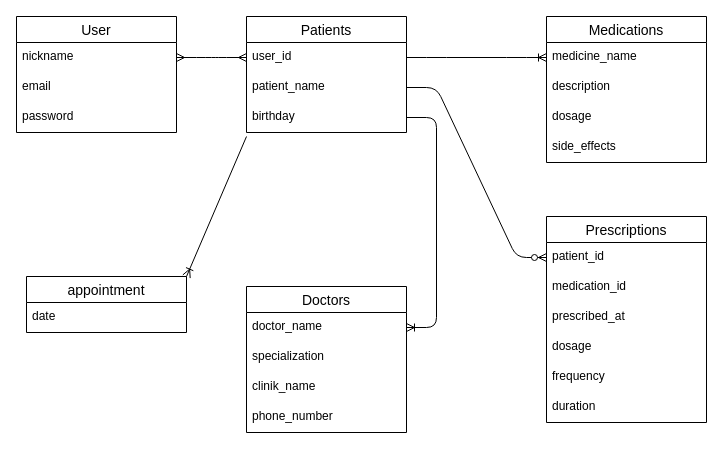
Before: データベース.dio in Mshu72/medicine_note, a draw.io diagram. Source tidied: cells renumbered, new cells numbered last; positions are measured from the earlier drawing's top-left corner, leaving out a move shared by most shapes. Both pictures are drawn from the tidied source at 100%, with x=0, y=0 at pixel (16, 16).
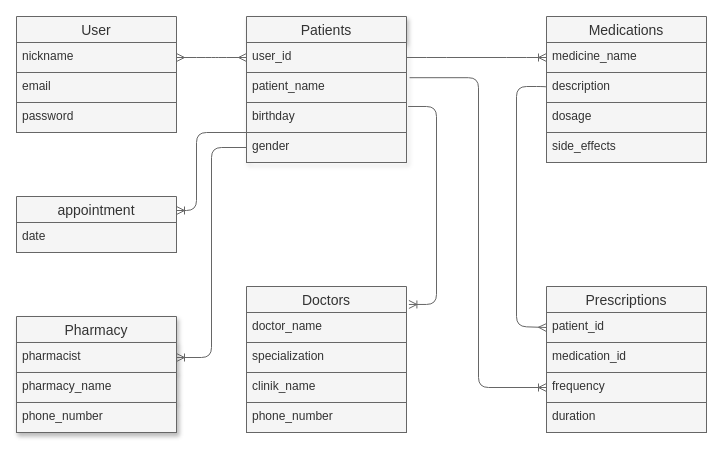
The same page after the edit.

The edit, as a diff of the source:
```diff
@@
-<mxGraphModel>
+<mxGraphModel background="#FFFFFF">
@@
-    <mxCell id="2" value="User" style="swimlane;fontStyle=0;horizontal=1;startSize=26;align=center;fontSize=14;" parent="1" vertex="1">
+    <mxCell id="2" value="User" style="swimlane;fontStyle=0;horizontal=1;startSize=26;align=center;fontSize=14;fontColor=#333333;labelBackgroundColor=none;strokeColor=#666666;fillColor=#f5f5f5;" parent="1" vertex="1">
       <mxGeometry width="160" height="116" as="geometry" />
     </mxCell>
-    <mxCell id="3" value="nickname" style="text;strokeColor=none;fillColor=none;spacingLeft=4;spacingRight=4;overflow=hidden;points=[[0,0.5],[1,0.5]];portConstraint=eastwest;fontSize=12;" parent="2" vertex="1">
+    <mxCell id="3" value="nickname" style="text;strokeColor=#666666;fillColor=#f5f5f5;spacingLeft=4;spacingRight=4;overflow=hidden;points=[[0,0.5],[1,0.5]];portConstraint=eastwest;fontSize=12;fontColor=#333333;labelBackgroundColor=none;" parent="2" vertex="1">
       <mxGeometry y="26" width="160" height="30" as="geometry" />
     </mxCell>
-    <mxCell id="4" value="email" style="text;strokeColor=none;fillColor=none;spacingLeft=4;spacingRight=4;overflow=hidden;fontSize=12;" parent="2" vertex="1">
+    <mxCell id="4" value="email" style="text;strokeColor=#666666;fillColor=#f5f5f5;spacingLeft=4;spacingRight=4;overflow=hidden;fontSize=12;fontColor=#333333;labelBackgroundColor=none;" parent="2" vertex="1">
       <mxGeometry y="56" width="160" height="30" as="geometry" />
     </mxCell>
-    <mxCell id="5" value="password" style="text;strokeColor=none;fillColor=none;spacingLeft=4;spacingRight=4;overflow=hidden;fontSize=12;" parent="2" vertex="1">
+    <mxCell id="5" value="password" style="text;strokeColor=#666666;fillColor=#f5f5f5;spacingLeft=4;spacingRight=4;overflow=hidden;fontSize=12;fontColor=#333333;labelBackgroundColor=none;" parent="2" vertex="1">
       <mxGeometry y="86" width="160" height="30" as="geometry" />
     </mxCell>
-    <mxCell id="6" value="Prescriptions" style="swimlane;fontStyle=0;horizontal=1;startSize=26;align=center;fontSize=14;" parent="1" vertex="1">
-      <mxGeometry x="530" y="200" width="160" height="206" as="geometry" />
+    <mxCell id="6" value="Prescriptions" style="swimlane;fontStyle=0;horizontal=1;startSize=26;align=center;fontSize=14;fontColor=#333333;labelBackgroundColor=none;strokeColor=#666666;fillColor=#f5f5f5;" parent="1" vertex="1">
+      <mxGeometry x="530" y="270" width="160" height="146" as="geometry" />
     </mxCell>
-    <mxCell id="7" value="patient_id" style="text;strokeColor=none;fillColor=none;spacingLeft=4;spacingRight=4;overflow=hidden;points=[[0,0.5],[1,0.5]];portConstraint=eastwest;fontSize=12;" parent="6" vertex="1">
+    <mxCell id="7" value="patient_id" style="text;strokeColor=#666666;fillColor=#f5f5f5;spacingLeft=4;spacingRight=4;overflow=hidden;points=[[0,0.5],[1,0.5]];portConstraint=eastwest;fontSize=12;fontColor=#333333;labelBackgroundColor=none;" parent="6" vertex="1">
       <mxGeometry y="26" width="160" height="30" as="geometry" />
     </mxCell>
-    <mxCell id="8" value="medication_id" style="text;strokeColor=none;fillColor=none;spacingLeft=4;spacingRight=4;overflow=hidden;fontSize=12;" parent="6" vertex="1">
+    <mxCell id="8" value="medication_id" style="text;strokeColor=#666666;fillColor=#f5f5f5;spacingLeft=4;spacingRight=4;overflow=hidden;fontSize=12;fontColor=#333333;labelBackgroundColor=none;" parent="6" vertex="1">
       <mxGeometry y="56" width="160" height="30" as="geometry" />
     </mxCell>
-    <mxCell id="9" value="prescribed_at" style="text;strokeColor=none;fillColor=none;spacingLeft=4;spacingRight=4;overflow=hidden;fontSize=12;" parent="6" vertex="1">
-      <mxGeometry y="86" width="160" height="30" as="geometry" />
-    </mxCell>
-    <mxCell id="10" value="dosage&#10;&#10;" style="text;strokeColor=none;fillColor=none;spacingLeft=4;spacingRight=4;overflow=hidden;fontSize=12;" parent="6" vertex="1">
-      <mxGeometry y="116" width="160" height="30" as="geometry" />
-    </mxCell>
-    <mxCell id="11" value="frequency" style="text;strokeColor=none;fillColor=none;spacingLeft=4;spacingRight=4;overflow=hidden;points=[[0,0.5],[1,0.5]];portConstraint=eastwest;fontSize=12;" parent="6" vertex="1">
-      <mxGeometry y="146" width="160" height="30" as="geometry" />
+    <mxCell id="11" value="frequency" style="text;strokeColor=#666666;fillColor=#f5f5f5;spacingLeft=4;spacingRight=4;overflow=hidden;points=[[0,0.5],[1,0.5]];portConstraint=eastwest;fontSize=12;fontColor=#333333;labelBackgroundColor=none;" parent="6" vertex="1">
+      <mxGeometry y="86" width="160" height="30" as="geometry" />
     </mxCell>
-    <mxCell id="12" value="duration" style="text;strokeColor=none;fillColor=none;spacingLeft=4;spacingRight=4;overflow=hidden;fontSize=12;" parent="6" vertex="1">
-      <mxGeometry y="176" width="160" height="30" as="geometry" />
+    <mxCell id="12" value="duration" style="text;strokeColor=#666666;fillColor=#f5f5f5;spacingLeft=4;spacingRight=4;overflow=hidden;fontSize=12;fontColor=#333333;labelBackgroundColor=none;" parent="6" vertex="1">
+      <mxGeometry y="116" width="160" height="30" as="geometry" />
     </mxCell>
-    <mxCell id="13" value="Patients" style="swimlane;fontStyle=0;horizontal=1;startSize=26;align=center;fontSize=14;" parent="1" vertex="1">
-      <mxGeometry x="230" width="160" height="116" as="geometry" />
+    <mxCell id="13" value="Patients" style="swimlane;fontStyle=0;horizontal=1;startSize=26;align=center;fontSize=14;rounded=0;glass=0;shadow=1;fontColor=#333333;labelBackgroundColor=none;strokeColor=#666666;fillColor=#f5f5f5;" parent="1" vertex="1">
+      <mxGeometry x="230" width="160" height="146" as="geometry" />
     </mxCell>
-    <mxCell id="14" value="user_id" style="text;strokeColor=none;fillColor=none;spacingLeft=4;spacingRight=4;overflow=hidden;points=[[0,0.5],[1,0.5]];portConstraint=eastwest;fontSize=12;" parent="13" vertex="1">
+    <mxCell id="14" value="user_id" style="text;strokeColor=#666666;fillColor=#f5f5f5;spacingLeft=4;spacingRight=4;overflow=hidden;points=[[0,0.5],[1,0.5]];portConstraint=eastwest;fontSize=12;labelBackgroundColor=none;fontColor=#333333;" parent="13" vertex="1">
       <mxGeometry y="26" width="160" height="30" as="geometry" />
     </mxCell>
-    <mxCell id="15" value="patient_name" style="text;strokeColor=none;fillColor=none;spacingLeft=4;spacingRight=4;overflow=hidden;points=[[0,0.5],[1,0.5]];portConstraint=eastwest;fontSize=12;" parent="13" vertex="1">
+    <mxCell id="15" value="patient_name" style="text;strokeColor=#666666;fillColor=#f5f5f5;spacingLeft=4;spacingRight=4;overflow=hidden;points=[[0,0.5],[1,0.5]];portConstraint=eastwest;fontSize=12;fontColor=#333333;labelBackgroundColor=none;" parent="13" vertex="1">
       <mxGeometry y="56" width="160" height="30" as="geometry" />
     </mxCell>
-    <mxCell id="16" value="birthday" style="text;strokeColor=none;fillColor=none;spacingLeft=4;spacingRight=4;overflow=hidden;points=[[0,0.5],[1,0.5]];portConstraint=eastwest;fontSize=12;" parent="13" vertex="1">
+    <mxCell id="16" value="birthday" style="text;strokeColor=#666666;fillColor=#f5f5f5;spacingLeft=4;spacingRight=4;overflow=hidden;points=[[0,0.5],[1,0.5]];portConstraint=eastwest;fontSize=12;fontColor=#333333;labelBackgroundColor=none;" parent="13" vertex="1">
       <mxGeometry y="86" width="160" height="30" as="geometry" />
     </mxCell>
+    <mxCell id="34" value="gender" style="text;strokeColor=#666666;fillColor=#f5f5f5;spacingLeft=4;spacingRight=4;overflow=hidden;points=[[0,0.5],[1,0.5]];portConstraint=eastwest;fontSize=12;fontColor=#333333;labelBackgroundColor=none;" parent="13" vertex="1">
+      <mxGeometry y="116" width="160" height="30" as="geometry" />
+    </mxCell>
-    <mxCell id="17" value="Medications" style="swimlane;fontStyle=0;horizontal=1;startSize=26;align=center;fontSize=14;" parent="1" vertex="1">
+    <mxCell id="17" value="Medications" style="swimlane;fontStyle=0;horizontal=1;startSize=26;align=center;fontSize=14;fontColor=#333333;labelBackgroundColor=none;strokeColor=#666666;fillColor=#f5f5f5;" parent="1" vertex="1">
       <mxGeometry x="530" width="160" height="146" as="geometry" />
     </mxCell>
-    <mxCell id="18" value="medicine_name" style="text;strokeColor=none;fillColor=none;spacingLeft=4;spacingRight=4;overflow=hidden;points=[[0,0.5],[1,0.5]];portConstraint=eastwest;fontSize=12;" parent="17" vertex="1">
+    <mxCell id="18" value="medicine_name" style="text;strokeColor=#666666;fillColor=#f5f5f5;spacingLeft=4;spacingRight=4;overflow=hidden;points=[[0,0.5],[1,0.5]];portConstraint=eastwest;fontSize=12;fontColor=#333333;labelBackgroundColor=none;" parent="17" vertex="1">
       <mxGeometry y="26" width="160" height="30" as="geometry" />
     </mxCell>
-    <mxCell id="19" value="description" style="text;strokeColor=none;fillColor=none;spacingLeft=4;spacingRight=4;overflow=hidden;points=[[0,0.5],[1,0.5]];portConstraint=eastwest;fontSize=12;" parent="17" vertex="1">
+    <mxCell id="19" value="description" style="text;strokeColor=#666666;fillColor=#f5f5f5;spacingLeft=4;spacingRight=4;overflow=hidden;points=[[0,0.5],[1,0.5]];portConstraint=eastwest;fontSize=12;fontColor=#333333;labelBackgroundColor=none;" parent="17" vertex="1">
       <mxGeometry y="56" width="160" height="30" as="geometry" />
     </mxCell>
-    <mxCell id="20" value="dosage" style="text;strokeColor=none;fillColor=none;spacingLeft=4;spacingRight=4;overflow=hidden;fontSize=12;" parent="17" vertex="1">
+    <mxCell id="20" value="dosage" style="text;strokeColor=#666666;fillColor=#f5f5f5;spacingLeft=4;spacingRight=4;overflow=hidden;fontSize=12;fontColor=#333333;labelBackgroundColor=none;" parent="17" vertex="1">
       <mxGeometry y="86" width="160" height="30" as="geometry" />
     </mxCell>
-    <mxCell id="21" value="side_effects" style="text;strokeColor=none;fillColor=none;spacingLeft=4;spacingRight=4;overflow=hidden;fontSize=12;" parent="17" vertex="1">
+    <mxCell id="21" value="side_effects" style="text;strokeColor=#666666;fillColor=#f5f5f5;spacingLeft=4;spacingRight=4;overflow=hidden;fontSize=12;fontColor=#333333;labelBackgroundColor=none;" parent="17" vertex="1">
       <mxGeometry y="116" width="160" height="30" as="geometry" />
     </mxCell>
-    <mxCell id="22" value="Doctors" style="swimlane;fontStyle=0;horizontal=1;startSize=26;align=center;fontSize=14;" parent="1" vertex="1">
+    <mxCell id="22" value="Doctors" style="swimlane;fontStyle=0;horizontal=1;startSize=26;align=center;fontSize=14;fontColor=#333333;labelBackgroundColor=none;strokeColor=#666666;fillColor=#f5f5f5;" parent="1" vertex="1">
       <mxGeometry x="230" y="270" width="160" height="146" as="geometry" />
     </mxCell>
-    <mxCell id="23" value="doctor_name" style="text;strokeColor=none;fillColor=none;spacingLeft=4;spacingRight=4;overflow=hidden;points=[[0,0.5],[1,0.5]];portConstraint=eastwest;fontSize=12;" parent="22" vertex="1">
+    <mxCell id="23" value="doctor_name" style="text;strokeColor=#666666;fillColor=#f5f5f5;spacingLeft=4;spacingRight=4;overflow=hidden;points=[[0,0.5],[1,0.5]];portConstraint=eastwest;fontSize=12;fontColor=#333333;labelBackgroundColor=none;" parent="22" vertex="1">
       <mxGeometry y="26" width="160" height="30" as="geometry" />
     </mxCell>
-    <mxCell id="24" value="specialization" style="text;strokeColor=none;fillColor=none;spacingLeft=4;spacingRight=4;overflow=hidden;fontSize=12;" parent="22" vertex="1">
+    <mxCell id="24" value="specialization" style="text;strokeColor=#666666;fillColor=#f5f5f5;spacingLeft=4;spacingRight=4;overflow=hidden;fontSize=12;fontColor=#333333;labelBackgroundColor=none;" parent="22" vertex="1">
       <mxGeometry y="56" width="160" height="30" as="geometry" />
     </mxCell>
-    <mxCell id="25" value="clinik_name" style="text;strokeColor=none;fillColor=none;spacingLeft=4;spacingRight=4;overflow=hidden;fontSize=12;" parent="22" vertex="1">
+    <mxCell id="25" value="clinik_name" style="text;strokeColor=#666666;fillColor=#f5f5f5;spacingLeft=4;spacingRight=4;overflow=hidden;fontSize=12;fontColor=#333333;labelBackgroundColor=none;" parent="22" vertex="1">
       <mxGeometry y="86" width="160" height="30" as="geometry" />
     </mxCell>
-    <mxCell id="26" value="phone_number" style="text;strokeColor=none;fillColor=none;spacingLeft=4;spacingRight=4;overflow=hidden;fontSize=12;" parent="22" vertex="1">
+    <mxCell id="26" value="phone_number" style="text;strokeColor=#666666;fillColor=#f5f5f5;spacingLeft=4;spacingRight=4;overflow=hidden;fontSize=12;fontColor=#333333;labelBackgroundColor=none;" parent="22" vertex="1">
       <mxGeometry y="116" width="160" height="30" as="geometry" />
     </mxCell>
-    <mxCell id="27" style="edgeStyle=entityRelationEdgeStyle;fontSize=12;html=1;endArrow=ERoneToMany;entryX=0;entryY=0.5;entryDx=0;entryDy=0;exitX=1;exitY=0.5;exitDx=0;exitDy=0;" parent="1" edge="1" source="14" target="18">
+    <mxCell id="27" style="edgeStyle=entityRelationEdgeStyle;fontSize=12;html=1;endArrow=ERoneToMany;entryX=0;entryY=0.5;entryDx=0;entryDy=0;exitX=1;exitY=0.5;exitDx=0;exitDy=0;fontColor=#000000;labelBackgroundColor=none;strokeColor=#666666;fillColor=#f5f5f5;" parent="1" edge="1" source="14" target="18">
       <mxGeometry relative="1" as="geometry" />
     </mxCell>
-    <mxCell id="28" style="edgeStyle=entityRelationEdgeStyle;fontSize=12;html=1;endArrow=ERzeroToMany;endFill=1;exitX=1;exitY=0.5;exitDx=0;exitDy=0;entryX=0;entryY=0.5;entryDx=0;entryDy=0;" parent="1" edge="1" source="15" target="7">
-      <mxGeometry relative="1" as="geometry" />
+    <mxCell id="28" style="edgeStyle=orthogonalEdgeStyle;fontSize=12;html=1;endArrow=ERmany;endFill=0;entryX=0;entryY=0.5;entryDx=0;entryDy=0;exitX=0;exitY=0.5;exitDx=0;exitDy=0;fontColor=#000000;labelBackgroundColor=none;strokeColor=#666666;fillColor=#f5f5f5;" parent="1" edge="1" source="19" target="7">
+      <mxGeometry relative="1" as="geometry">
+        <Array as="points">
+          <mxPoint x="530" y="70" />
+          <mxPoint x="500" y="70" />
+          <mxPoint x="500" y="310" />
+        </Array>
+      </mxGeometry>
     </mxCell>
-    <mxCell id="29" style="edgeStyle=entityRelationEdgeStyle;fontSize=12;html=1;endArrow=ERoneToMany;exitX=1;exitY=0.5;exitDx=0;exitDy=0;" parent="1" edge="1" source="16" target="23">
-      <mxGeometry relative="1" as="geometry" />
-    </mxCell>
-    <mxCell id="30" style="edgeStyle=entityRelationEdgeStyle;fontSize=12;html=1;endArrow=ERmany;startArrow=ERmany;entryX=0;entryY=0.5;entryDx=0;entryDy=0;exitX=1;exitY=0.5;exitDx=0;exitDy=0;" parent="1" edge="1" source="3" target="14">
+    <mxCell id="30" style="edgeStyle=entityRelationEdgeStyle;fontSize=12;html=1;endArrow=ERmany;startArrow=ERmany;entryX=0;entryY=0.5;entryDx=0;entryDy=0;exitX=1;exitY=0.5;exitDx=0;exitDy=0;fontColor=#000000;labelBackgroundColor=none;strokeColor=#666666;fillColor=#f5f5f5;" parent="1" edge="1" source="3" target="14">
       <mxGeometry relative="1" as="geometry" />
     </mxCell>
-    <mxCell id="31" value="appointment" style="swimlane;fontStyle=0;horizontal=1;startSize=26;align=center;fontSize=14;" parent="1" vertex="1">
-      <mxGeometry x="10" y="260" width="160" height="56" as="geometry" />
+    <mxCell id="31" value="appointment" style="swimlane;fontStyle=0;horizontal=1;startSize=26;align=center;fontSize=14;fontColor=#333333;labelBackgroundColor=none;strokeColor=#666666;fillColor=#f5f5f5;" parent="1" vertex="1">
+      <mxGeometry y="180" width="160" height="56" as="geometry" />
     </mxCell>
-    <mxCell id="32" value="date" style="text;strokeColor=none;fillColor=none;spacingLeft=4;spacingRight=4;overflow=hidden;fontSize=12;" parent="31" vertex="1">
+    <mxCell id="32" value="date" style="text;strokeColor=#666666;fillColor=#f5f5f5;spacingLeft=4;spacingRight=4;overflow=hidden;fontSize=12;fontColor=#333333;labelBackgroundColor=none;" parent="31" vertex="1">
       <mxGeometry y="26" width="160" height="30" as="geometry" />
     </mxCell>
-    <mxCell id="33" style="fontSize=12;html=1;endArrow=ERoneToMany;" parent="1" edge="1">
+    <mxCell id="33" style="fontSize=12;html=1;endArrow=ERoneToMany;entryX=1;entryY=0.25;entryDx=0;entryDy=0;edgeStyle=orthogonalEdgeStyle;fontColor=#000000;labelBackgroundColor=none;strokeColor=#666666;fillColor=#f5f5f5;" parent="1" edge="1" target="31">
       <mxGeometry relative="1" as="geometry">
-        <mxPoint x="230" y="120" as="sourcePoint" />
-        <mxPoint x="170" y="260" as="targetPoint" />
+        <mxPoint x="230" y="116" as="sourcePoint" />
+        <Array as="points">
+          <mxPoint x="180" y="116" />
+          <mxPoint x="180" y="194" />
+        </Array>
       </mxGeometry>
     </mxCell>
+    <mxCell id="35" style="edgeStyle=elbowEdgeStyle;fontSize=12;html=1;endArrow=ERoneToMany;sketch=0;strokeColor=#666666;fontColor=#000000;targetPerimeterSpacing=0;exitX=1.01;exitY=0.133;exitDx=0;exitDy=0;exitPerimeter=0;entryX=1.015;entryY=0.123;entryDx=0;entryDy=0;entryPerimeter=0;labelBackgroundColor=none;fillColor=#f5f5f5;" parent="1" edge="1" source="16" target="22">
+      <mxGeometry relative="1" as="geometry">
+        <Array as="points">
+          <mxPoint x="420" y="200" />
+        </Array>
+      </mxGeometry>
+    </mxCell>
+    <mxCell id="36" style="edgeStyle=elbowEdgeStyle;fontSize=12;html=1;endArrow=ERoneToMany;sketch=0;strokeColor=#666666;fontColor=#000000;targetPerimeterSpacing=0;entryX=0;entryY=0.5;entryDx=0;entryDy=0;exitX=1.019;exitY=0.173;exitDx=0;exitDy=0;exitPerimeter=0;labelBackgroundColor=none;fillColor=#f5f5f5;" parent="1" edge="1" source="15" target="11">
+      <mxGeometry relative="1" as="geometry" />
+    </mxCell>
+    <mxCell id="37" value="Pharmacy" style="swimlane;fontStyle=0;horizontal=1;startSize=26;align=center;fontSize=14;rounded=0;shadow=1;glass=0;labelBackgroundColor=none;sketch=0;fontColor=#333333;strokeColor=#666666;fillColor=#f5f5f5;" parent="1" vertex="1">
+      <mxGeometry y="300" width="160" height="116" as="geometry" />
+    </mxCell>
+    <mxCell id="38" value="pharmacist" style="text;strokeColor=#666666;fillColor=#f5f5f5;spacingLeft=4;spacingRight=4;overflow=hidden;points=[[0,0.5],[1,0.5]];portConstraint=eastwest;fontSize=12;rounded=0;shadow=1;glass=0;labelBackgroundColor=none;sketch=0;fontColor=#333333;" parent="37" vertex="1">
+      <mxGeometry y="26" width="160" height="30" as="geometry" />
+    </mxCell>
+    <mxCell id="39" value="pharmacy_name" style="text;strokeColor=#666666;fillColor=#f5f5f5;spacingLeft=4;spacingRight=4;overflow=hidden;fontSize=12;rounded=0;shadow=1;glass=0;labelBackgroundColor=none;sketch=0;fontColor=#333333;" parent="37" vertex="1">
+      <mxGeometry y="56" width="160" height="30" as="geometry" />
+    </mxCell>
+    <mxCell id="40" value="phone_number" style="text;strokeColor=#666666;fillColor=#f5f5f5;spacingLeft=4;spacingRight=4;overflow=hidden;fontSize=12;rounded=0;shadow=1;glass=0;labelBackgroundColor=none;sketch=0;fontColor=#333333;" parent="37" vertex="1">
+      <mxGeometry y="86" width="160" height="30" as="geometry" />
+    </mxCell>
+    <mxCell id="41" style="edgeStyle=elbowEdgeStyle;fontSize=12;html=1;endArrow=ERoneToMany;sketch=0;strokeColor=#666666;fontColor=#000000;targetPerimeterSpacing=0;entryX=1;entryY=0.5;entryDx=0;entryDy=0;exitX=0;exitY=0.5;exitDx=0;exitDy=0;labelBackgroundColor=none;fillColor=#f5f5f5;" parent="1" edge="1" source="34" target="38">
+      <mxGeometry relative="1" as="geometry" />
+    </mxCell>
```
